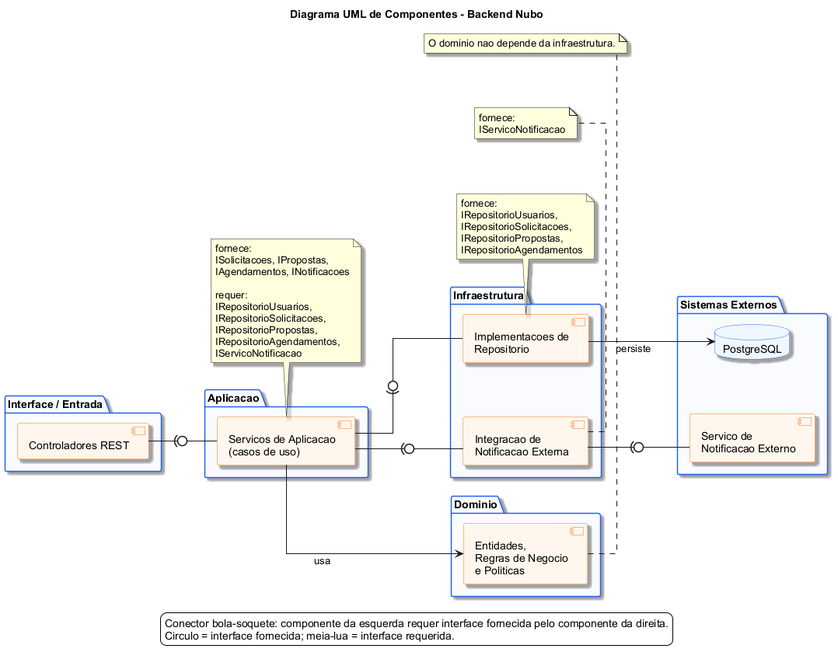
The PlantUML diagram imagens/diagrama-de-componentes.png in PHnsilva/nubo-scheduling-system, before a commit.
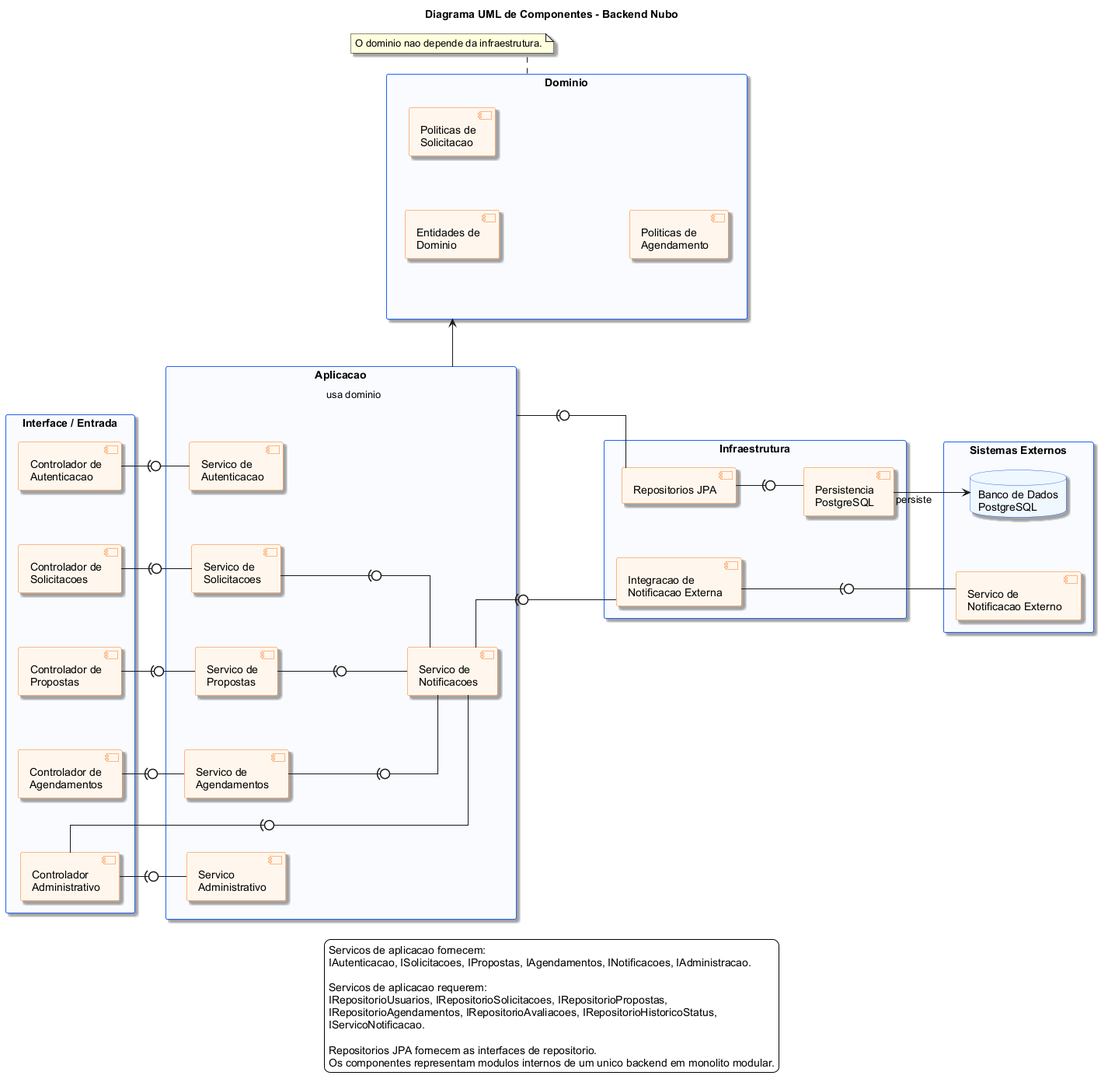
Later version of the same file.

Commit message:
docs: remove component notation captions

The edit, as a diff of the source:
```diff
@@ -6,6 +6,7 @@
 skinparam linetype ortho
 skinparam nodesep 70
 skinparam ranksep 80
+skinparam packageStyle rectangle
 skinparam shadowing true
 skinparam defaultFontName Arial
 skinparam package {
@@ -21,68 +22,73 @@
   BackgroundColor #EFF6FF
 }
 
-package "Interface / Entrada" {
-  component "Controladores REST" as controladores
+package "Interface / Entrada" as entrada {
+  component "Controlador de\nAutenticacao" as authController
+  component "Controlador de\nSolicitacoes" as solicitacaoController
+  component "Controlador de\nPropostas" as propostaController
+  component "Controlador de\nAgendamentos" as agendamentoController
+  component "Controlador\nAdministrativo" as adminController
 }
 
-package "Aplicacao" {
-  component "Servicos de Aplicacao\n(casos de uso)" as servicosAplicacao
+package "Aplicacao" as app {
+  component "Servico de\nAutenticacao" as authService
+  component "Servico de\nSolicitacoes" as solicitacaoService
+  component "Servico de\nPropostas" as propostaService
+  component "Servico de\nAgendamentos" as agendamentoService
+  component "Servico de\nNotificacoes" as notificacaoService
+  component "Servico\nAdministrativo" as adminService
 }
 
-package "Dominio" {
-  component "Entidades,\nRegras de Negocio\ne Politicas" as dominio
+package "Dominio" as dominioPkg {
+  component "Entidades de\nDominio" as entidades
+  component "Politicas de\nSolicitacao" as politicasSolicitacao
+  component "Politicas de\nAgendamento" as politicasAgendamento
 }
 
-package "Infraestrutura" {
-  component "Implementacoes de\nRepositorio" as repositorios
+package "Infraestrutura" as infra {
+  component "Repositorios JPA" as repositoriosJpa
+  component "Persistencia\nPostgreSQL" as persistencia
   component "Integracao de\nNotificacao Externa" as integracaoNotificacao
 }
 
-package "Sistemas Externos" {
-  database "PostgreSQL" as db
+package "Sistemas Externos" as externos {
+  database "Banco de Dados\nPostgreSQL" as db
   component "Servico de\nNotificacao Externo" as servicoNotificacao
 }
 
-controladores -(0- servicosAplicacao
-servicosAplicacao --> dominio : usa
-servicosAplicacao -(0- repositorios
-servicosAplicacao -(0- integracaoNotificacao
+authController -(0- authService
+solicitacaoController -(0- solicitacaoService
+propostaController -(0- propostaService
+agendamentoController -(0- agendamentoService
+adminController -(0- adminService
+adminController -(0- notificacaoService
 
-repositorios --> db : persiste
+app --> dominioPkg : usa dominio
+app -(0- repositoriosJpa
+
+solicitacaoService -(0- notificacaoService
+propostaService -(0- notificacaoService
+agendamentoService -(0- notificacaoService
+notificacaoService -(0- integracaoNotificacao
+
+repositoriosJpa -(0- persistencia
+persistencia --> db : persiste
 integracaoNotificacao -(0- servicoNotificacao
 
-note bottom of servicosAplicacao
-  fornece:
-  ISolicitacoes, IPropostas,
-  IAgendamentos, INotificacoes
-
-  requer:
-  IRepositorioUsuarios,
-  IRepositorioSolicitacoes,
-  IRepositorioPropostas,
-  IRepositorioAgendamentos,
-  IServicoNotificacao
-end note
-
-note bottom of repositorios
-  fornece:
-  IRepositorioUsuarios,
-  IRepositorioSolicitacoes,
-  IRepositorioPropostas,
-  IRepositorioAgendamentos
-end note
-
-note bottom of integracaoNotificacao
-  fornece:
-  IServicoNotificacao
-end note
-
-note bottom of dominio
+note bottom of dominioPkg
   O dominio nao depende da infraestrutura.
 end note
 
 legend bottom
-  Conector bola-soquete: componente da esquerda requer interface fornecida pelo componente da direita.
-  Circulo = interface fornecida; meia-lua = interface requerida.
+  Servicos de aplicacao fornecem:
+  IAutenticacao, ISolicitacoes, IPropostas, IAgendamentos, INotificacoes, IAdministracao.
+
+  Servicos de aplicacao requerem:
+  IRepositorioUsuarios, IRepositorioSolicitacoes, IRepositorioPropostas,
+  IRepositorioAgendamentos, IRepositorioAvaliacoes, IRepositorioHistoricoStatus,
+  IServicoNotificacao.
+
+  Repositorios JPA fornecem as interfaces de repositorio.
+  Os componentes representam modulos internos de um unico backend em monolito modular.
 endlegend
 @enduml
```
